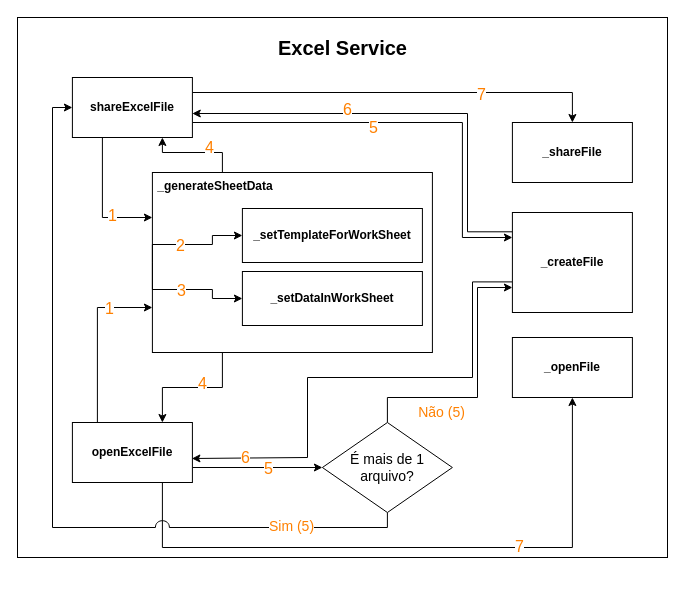
The draw.io diagram page "Excel Service Diagram" (8 of 8) of figuras/Untitled Diagram.drawio in Dojak220/nurse-docs, before the edit. Source tidied: cells renumbered, new cells numbered last; positions are measured from the earlier drawing's top-left corner, leaving out a move shared by most shapes. Both pictures are drawn from the tidied source at 100%, with x=0, y=0 at pixel (17, 17).
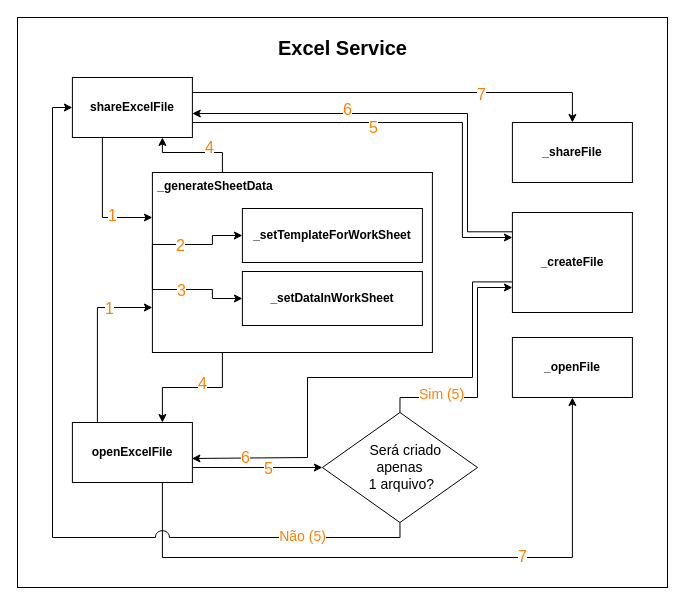
The same diagram, later.

Unchanged cells that the change refers to:
```xml
<mxCell id="9" value="&lt;b&gt;openExcelFile&lt;/b&gt;" style="rounded=0;whiteSpace=wrap;html=1;fontColor=#000000;" parent="1" vertex="1">
  <mxGeometry x="54.9" y="405" width="120" height="60" as="geometry" />
</mxCell>
<mxCell id="17" value="&lt;b&gt;shareExcelFile&lt;br&gt;&lt;/b&gt;" style="rounded=0;whiteSpace=wrap;html=1;fontColor=#000000;" parent="1" vertex="1">
  <mxGeometry x="54.9" y="60" width="120" height="60" as="geometry" />
</mxCell>
<mxCell id="21" value="&lt;b&gt;_createFile&lt;/b&gt;" style="rounded=0;whiteSpace=wrap;html=1;fontColor=#000000;" parent="1" vertex="1">
  <mxGeometry x="494.9" y="195" width="120" height="100" as="geometry" />
</mxCell>
<mxCell id="23" value="&lt;b&gt;_openFile&lt;/b&gt;" style="rounded=0;whiteSpace=wrap;html=1;fontColor=#000000;" parent="1" vertex="1">
  <mxGeometry x="494.9" y="320" width="120" height="60" as="geometry" />
</mxCell>
```

Change to the diagram source:
```diff
@@
     <mxCell id="2" style="rounded=0;whiteSpace=wrap;html=1;fontColor=#000000;" parent="1" vertex="1">
-      <mxGeometry width="650" height="540" as="geometry" />
+      <mxGeometry width="650" height="570" as="geometry" />
     </mxCell>
     <mxCell id="3" style="edgeStyle=orthogonalEdgeStyle;rounded=0;jettySize=auto;html=1;exitX=0.5;exitY=0;exitDx=0;exitDy=0;entryX=0;entryY=0.75;entryDx=0;entryDy=0;fontSize=14;fontColor=#000000;" parent="1" edge="1" source="40" target="21">
       <mxGeometry relative="1" as="geometry">
         <Array as="points">
-          <mxPoint x="370" y="380" />
+          <mxPoint x="383" y="380" />
           <mxPoint x="460" y="380" />
           <mxPoint x="460" y="270" />
         </Array>
       </mxGeometry>
     </mxCell>
-    <mxCell id="4" value="Não (5)" style="edgeLabel;html=1;align=center;verticalAlign=middle;fontSize=14;fontColor=#FF8000;" parent="3" vertex="1">
+    <mxCell id="4" value="Sim (5)" style="edgeLabel;html=1;align=center;verticalAlign=middle;fontSize=14;fontColor=#FF8000;" parent="3" vertex="1">
       <mxGeometry x="-0.08" y="6" relative="1" as="geometry">
-        <mxPoint x="-31" y="19" as="offset" />
+        <mxPoint x="-31" y="13" as="offset" />
       </mxGeometry>
     </mxCell>
@@
     <mxCell id="7" style="edgeStyle=orthogonalEdgeStyle;rounded=0;jettySize=auto;html=1;exitX=0.75;exitY=1;exitDx=0;exitDy=0;entryX=0.5;entryY=1;entryDx=0;entryDy=0;fontSize=14;fontColor=#FF8000;jumpStyle=arc;" parent="1" edge="1" source="9" target="23">
       <mxGeometry relative="1" as="geometry">
         <Array as="points">
-          <mxPoint x="145" y="530" />
-          <mxPoint x="555" y="530" />
+          <mxPoint x="145" y="540" />
+          <mxPoint x="555" y="540" />
         </Array>
       </mxGeometry>
     </mxCell>
@@
     <mxCell id="38" style="edgeStyle=orthogonalEdgeStyle;rounded=0;jettySize=auto;html=1;exitX=0.5;exitY=1;exitDx=0;exitDy=0;entryX=0;entryY=0.5;entryDx=0;entryDy=0;fontSize=14;fontColor=#000000;jumpStyle=arc;jumpSize=14;" parent="1" edge="1" source="40" target="17">
       <mxGeometry relative="1" as="geometry">
         <Array as="points">
-          <mxPoint x="370" y="510" />
-          <mxPoint x="35" y="510" />
+          <mxPoint x="383" y="520" />
+          <mxPoint x="35" y="520" />
           <mxPoint x="35" y="90" />
         </Array>
       </mxGeometry>
     </mxCell>
-    <mxCell id="39" value="Sim (5)" style="edgeLabel;html=1;align=center;verticalAlign=middle;fontSize=14;fontColor=#FF8000;" parent="38" vertex="1">
+    <mxCell id="39" value="Não (5)" style="edgeLabel;html=1;align=center;verticalAlign=middle;fontSize=14;fontColor=#FF8000;" parent="38" vertex="1">
       <mxGeometry x="-0.86" y="-2" relative="1" as="geometry">
         <mxPoint x="-56" as="offset" />
       </mxGeometry>
     </mxCell>
-    <mxCell id="40" value="É mais de 1 arquivo?" style="rhombus;whiteSpace=wrap;html=1;fontSize=14;fontColor=#000000;" parent="1" vertex="1">
-      <mxGeometry x="304.9" y="405" width="130" height="90" as="geometry" />
+    <mxCell id="40" value="&amp;nbsp; &amp;nbsp;Será criado&lt;br&gt;apenas&lt;br&gt;&amp;nbsp;1 arquivo?" style="rhombus;whiteSpace=wrap;html=1;fontSize=14;fontColor=#000000;" parent="1" vertex="1">
+      <mxGeometry x="304.9" y="395" width="155.1" height="110" as="geometry" />
     </mxCell>
```
